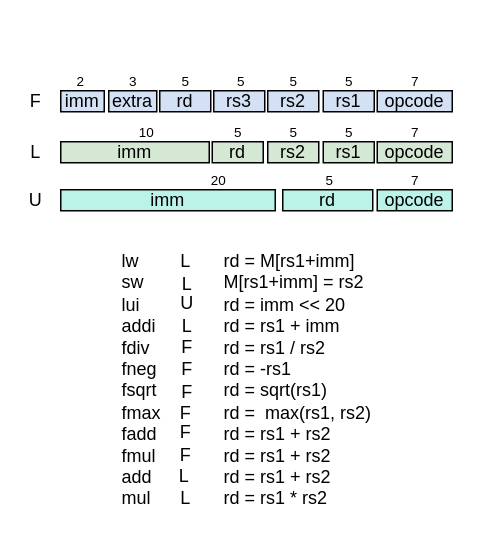
Above: docs/starukhin_dissertation/images/svg/isa.drawio in HaMeNopeDiot/hardware_gpu (draw.io), before the change. Source tidied: cells renumbered, new cells numbered last; positions are measured from the earlier drawing's top-left corner, leaving out a move shared by most shapes. Both pictures are drawn from the tidied source at 150%, with x=0, y=0 at pixel (26, 72).
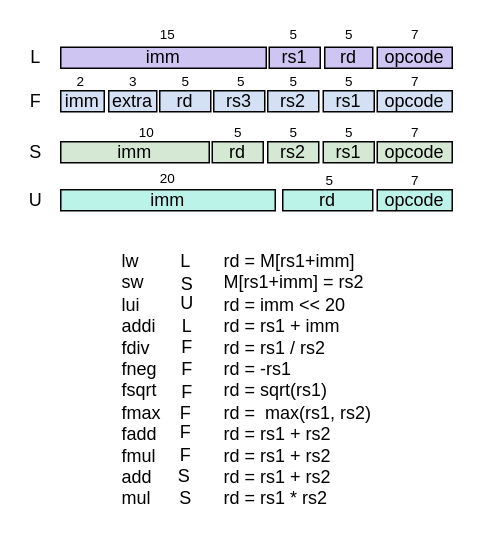
Above is the later version.

What changed in the source:
```diff
@@
     <mxCell id="7" value="&lt;font style=&quot;color: light-dark(rgb(0, 0, 0), rgb(0, 0, 0));&quot;&gt;20&lt;/font&gt;" style="text;html=1;whiteSpace=wrap;strokeColor=none;fillColor=none;align=center;verticalAlign=middle;rounded=0;fontSize=9;" parent="1" vertex="1">
-      <mxGeometry x="121.5" y="66" width="13" height="11" as="geometry" />
+      <mxGeometry x="88" y="65" width="13" height="11" as="geometry" />
     </mxCell>
@@
-    <mxCell id="13" value="&lt;font style=&quot;color: light-dark(rgb(0, 0, 0), rgb(0, 0, 0));&quot;&gt;L&lt;/font&gt;" style="text;html=1;whiteSpace=wrap;strokeColor=none;fillColor=none;align=center;verticalAlign=middle;rounded=0;" parent="1" vertex="1">
+    <mxCell id="13" value="&lt;font style=&quot;color: light-dark(rgb(0, 0, 0), rgb(0, 0, 0));&quot;&gt;S&lt;/font&gt;" style="text;html=1;whiteSpace=wrap;strokeColor=none;fillColor=none;align=center;verticalAlign=middle;rounded=0;" parent="1" vertex="1">
       <mxGeometry y="47" width="13" height="11" as="geometry" />
     </mxCell>
@@
-    <mxCell id="22" value="&lt;font style=&quot;color: light-dark(rgb(0, 0, 0), rgb(0, 0, 0));&quot;&gt;L&lt;/font&gt;" style="text;html=1;whiteSpace=wrap;strokeColor=none;fillColor=none;align=center;verticalAlign=middle;rounded=0;" parent="1" vertex="1">
+    <mxCell id="22" value="&lt;font style=&quot;color: light-dark(rgb(0, 0, 0), rgb(0, 0, 0));&quot;&gt;S&lt;/font&gt;" style="text;html=1;whiteSpace=wrap;strokeColor=none;fillColor=none;align=center;verticalAlign=middle;rounded=0;" parent="1" vertex="1">
       <mxGeometry x="100.5" y="135" width="13" height="11" as="geometry" />
     </mxCell>
@@
-    <mxCell id="47" value="&lt;font style=&quot;color: light-dark(rgb(0, 0, 0), rgb(0, 0, 0));&quot;&gt;L&lt;/font&gt;" style="text;html=1;whiteSpace=wrap;strokeColor=none;fillColor=none;align=center;verticalAlign=middle;rounded=0;" parent="1" vertex="1">
+    <mxCell id="47" value="&lt;font style=&quot;color: light-dark(rgb(0, 0, 0), rgb(0, 0, 0));&quot;&gt;S&lt;/font&gt;" style="text;html=1;whiteSpace=wrap;strokeColor=none;fillColor=none;align=center;verticalAlign=middle;rounded=0;" parent="1" vertex="1">
       <mxGeometry x="99.2" y="263" width="13" height="11" as="geometry" />
     </mxCell>
-    <mxCell id="48" value="&lt;font style=&quot;color: light-dark(rgb(0, 0, 0), rgb(0, 0, 0));&quot;&gt;L&lt;/font&gt;" style="text;html=1;whiteSpace=wrap;strokeColor=none;fillColor=none;align=center;verticalAlign=middle;rounded=0;" parent="1" vertex="1">
+    <mxCell id="48" value="&lt;font style=&quot;color: light-dark(rgb(0, 0, 0), rgb(0, 0, 0));&quot;&gt;S&lt;/font&gt;" style="text;html=1;whiteSpace=wrap;strokeColor=none;fillColor=none;align=center;verticalAlign=middle;rounded=0;" parent="1" vertex="1">
       <mxGeometry x="99.8" y="278" width="13" height="11" as="geometry" />
     </mxCell>
+    <mxCell id="49" value="&lt;font style=&quot;color: light-dark(rgb(0, 0, 0), rgb(0, 0, 0));&quot;&gt;rd&lt;/font&gt;" style="rounded=0;whiteSpace=wrap;html=1;fillColor=light-dark(#CFC5F3,#FFFFFF);strokeColor=light-dark(#000000,#000000);" parent="1" vertex="1">
+      <mxGeometry x="199" y="-17" width="32" height="14" as="geometry" />
+    </mxCell>
+    <mxCell id="50" value="&lt;font style=&quot;color: light-dark(rgb(0, 0, 0), rgb(0, 0, 0));&quot;&gt;15&lt;/font&gt;" style="text;html=1;whiteSpace=wrap;strokeColor=none;fillColor=none;align=center;verticalAlign=middle;rounded=0;fontSize=9;" parent="1" vertex="1">
+      <mxGeometry x="88" y="-31" width="13" height="11" as="geometry" />
+    </mxCell>
+    <mxCell id="51" value="&lt;font style=&quot;color: light-dark(rgb(0, 0, 0), rgb(0, 0, 0));&quot;&gt;L&lt;/font&gt;" style="text;html=1;whiteSpace=wrap;strokeColor=none;fillColor=none;align=center;verticalAlign=middle;rounded=0;" parent="1" vertex="1">
+      <mxGeometry y="-16" width="13" height="11" as="geometry" />
+    </mxCell>
+    <mxCell id="52" value="&lt;font style=&quot;color: light-dark(rgb(0, 0, 0), rgb(0, 0, 0));&quot;&gt;5&lt;/font&gt;" style="text;html=1;whiteSpace=wrap;strokeColor=none;fillColor=none;align=center;verticalAlign=middle;rounded=0;fontSize=9;" parent="1" vertex="1">
+      <mxGeometry x="208.5" y="-31" width="13" height="11" as="geometry" />
+    </mxCell>
+    <mxCell id="53" value="&lt;font style=&quot;color: light-dark(rgb(0, 0, 0), rgb(0, 0, 0));&quot;&gt;7&lt;/font&gt;" style="text;html=1;whiteSpace=wrap;strokeColor=none;fillColor=none;align=center;verticalAlign=middle;rounded=0;fontSize=9;" parent="1" vertex="1">
+      <mxGeometry x="252.5" y="-31" width="13" height="11" as="geometry" />
+    </mxCell>
+    <mxCell id="54" value="&lt;font style=&quot;color: light-dark(rgb(0, 0, 0), rgb(0, 0, 0));&quot;&gt;opcode&lt;/font&gt;" style="rounded=0;whiteSpace=wrap;html=1;fillColor=light-dark(#CFC5F3,#FFFFFF);strokeColor=light-dark(#000000,#000000);" parent="1" vertex="1">
+      <mxGeometry x="234" y="-17" width="50" height="14" as="geometry" />
+    </mxCell>
+    <mxCell id="55" value="&lt;font style=&quot;color: light-dark(rgb(0, 0, 0), rgb(0, 0, 0));&quot;&gt;rs1&lt;/font&gt;" style="rounded=0;whiteSpace=wrap;html=1;fillColor=light-dark(#CFC5F3,#FFFFFF);strokeColor=light-dark(#000000,#000000);" parent="1" vertex="1">
+      <mxGeometry x="162" y="-17" width="34" height="14" as="geometry" />
+    </mxCell>
+    <mxCell id="56" value="&lt;font style=&quot;color: light-dark(rgb(0, 0, 0), rgb(0, 0, 0));&quot;&gt;imm&lt;/font&gt;" style="rounded=0;whiteSpace=wrap;html=1;fillColor=light-dark(#CFC5F3,#FFFFFF);strokeColor=light-dark(#000000,#000000);" parent="1" vertex="1">
+      <mxGeometry x="23" y="-17" width="137" height="14" as="geometry" />
+    </mxCell>
+    <mxCell id="57" value="&lt;font style=&quot;color: light-dark(rgb(0, 0, 0), rgb(0, 0, 0));&quot;&gt;5&lt;/font&gt;" style="text;html=1;whiteSpace=wrap;strokeColor=none;fillColor=none;align=center;verticalAlign=middle;rounded=0;fontSize=9;" parent="1" vertex="1">
+      <mxGeometry x="171.5" y="-31" width="13" height="11" as="geometry" />
+    </mxCell>
```
